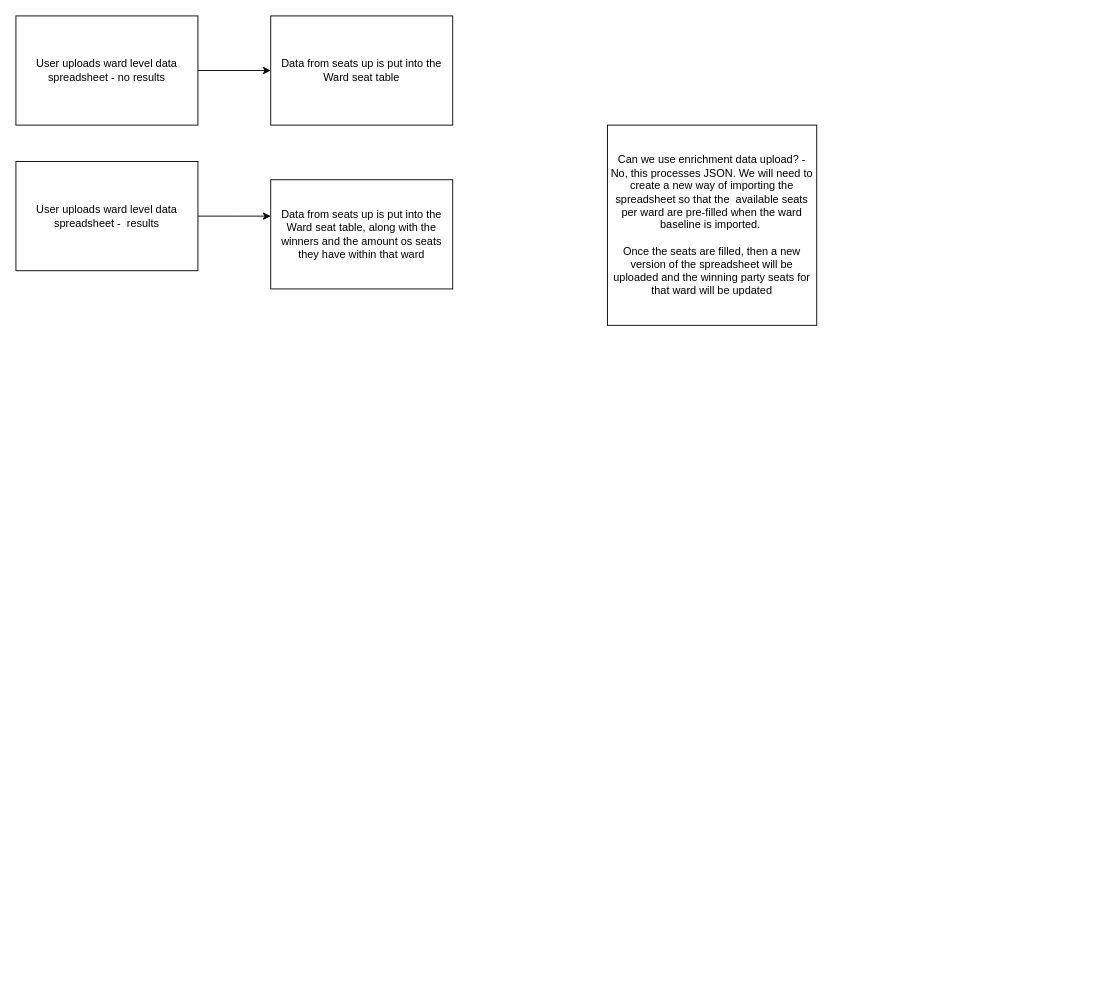
Earlier version of the draw.io diagram elp-2197 SPIKE.drawio (EmmaHawkins/test_flows). Source tidied: cells renumbered, new cells numbered last; positions are measured from the earlier drawing's top-left corner, leaving out a move shared by most shapes. Both pictures are drawn from the tidied source at 91%, with x=0, y=0 at pixel (15, 15).
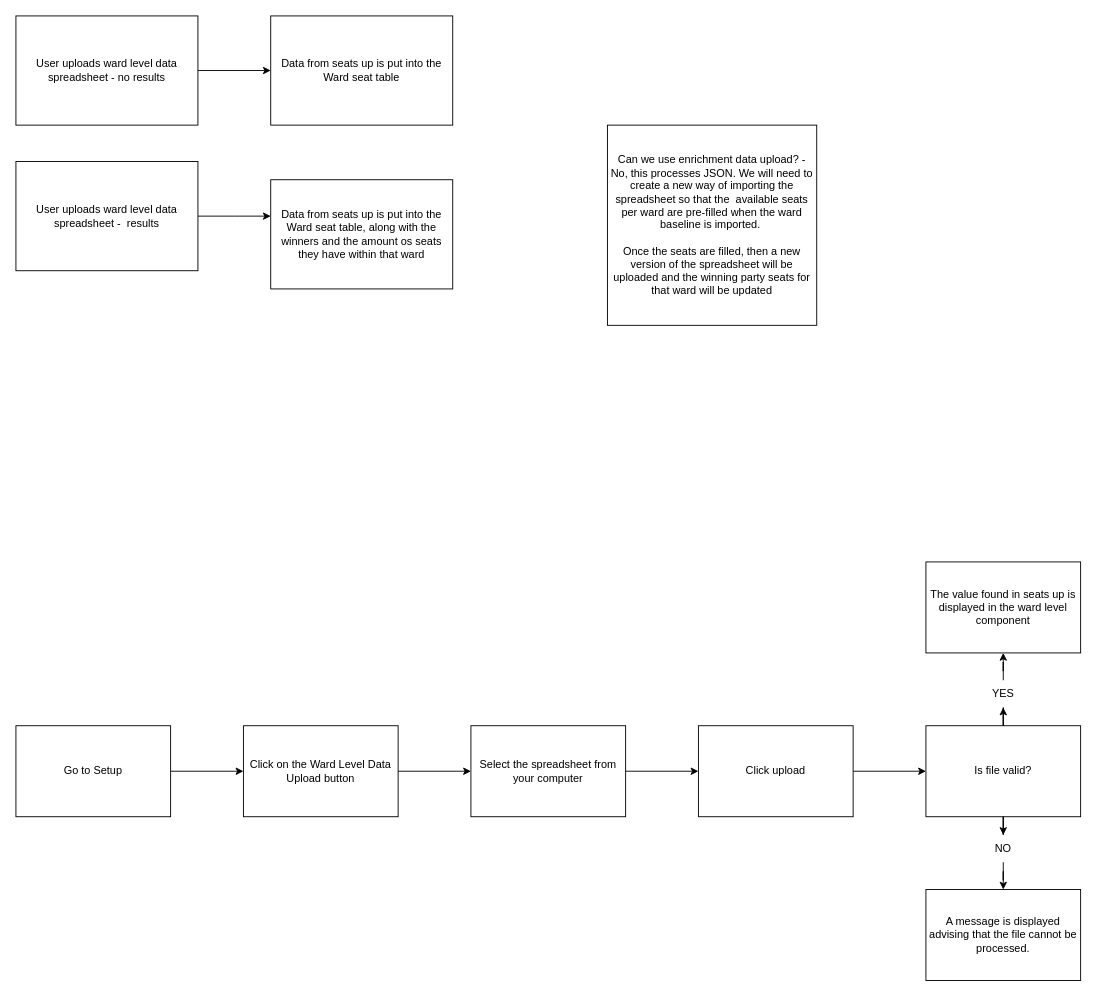
After the change.

Change to the diagram source:
```diff
@@
+    <mxCell id="9" style="edgeStyle=orthogonalEdgeStyle;rounded=0;jettySize=auto;html=1;" parent="1" edge="1" source="10" target="12">
+      <mxGeometry relative="1" as="geometry" />
+    </mxCell>
+    <mxCell id="10" value="Go to Setup" style="rounded=0;whiteSpace=wrap;html=1;" parent="1" vertex="1">
+      <mxGeometry y="780" width="170" height="100" as="geometry" />
+    </mxCell>
+    <mxCell id="11" style="edgeStyle=orthogonalEdgeStyle;rounded=0;jettySize=auto;html=1;" parent="1" edge="1" source="12" target="14">
+      <mxGeometry relative="1" as="geometry" />
+    </mxCell>
+    <mxCell id="12" value="Click on the Ward Level Data Upload button" style="rounded=0;whiteSpace=wrap;html=1;" parent="1" vertex="1">
+      <mxGeometry x="250" y="780" width="170" height="100" as="geometry" />
+    </mxCell>
+    <mxCell id="13" style="edgeStyle=orthogonalEdgeStyle;rounded=0;jettySize=auto;html=1;" parent="1" edge="1" source="14" target="16">
+      <mxGeometry relative="1" as="geometry" />
+    </mxCell>
+    <mxCell id="14" value="Select the spreadsheet from your computer" style="rounded=0;whiteSpace=wrap;html=1;" parent="1" vertex="1">
+      <mxGeometry x="500" y="780" width="170" height="100" as="geometry" />
+    </mxCell>
+    <mxCell id="15" style="edgeStyle=orthogonalEdgeStyle;rounded=0;jettySize=auto;html=1;" parent="1" edge="1" source="16" target="19">
+      <mxGeometry relative="1" as="geometry" />
+    </mxCell>
+    <mxCell id="16" value="Click upload" style="rounded=0;whiteSpace=wrap;html=1;" parent="1" vertex="1">
+      <mxGeometry x="750" y="780" width="170" height="100" as="geometry" />
+    </mxCell>
+    <mxCell id="17" style="edgeStyle=orthogonalEdgeStyle;rounded=0;jettySize=auto;html=1;" parent="1" edge="1" source="25" target="20">
+      <mxGeometry relative="1" as="geometry" />
+    </mxCell>
+    <mxCell id="18" style="edgeStyle=orthogonalEdgeStyle;rounded=0;jettySize=auto;html=1;" parent="1" edge="1" source="23" target="21">
+      <mxGeometry relative="1" as="geometry" />
+    </mxCell>
+    <mxCell id="19" value="Is file valid?" style="rounded=0;whiteSpace=wrap;html=1;" parent="1" vertex="1">
+      <mxGeometry x="1000" y="780" width="170" height="100" as="geometry" />
+    </mxCell>
+    <mxCell id="20" value="The value found in seats up is displayed in the ward level component" style="rounded=0;whiteSpace=wrap;html=1;" parent="1" vertex="1">
+      <mxGeometry x="1000" y="600" width="170" height="100" as="geometry" />
+    </mxCell>
+    <mxCell id="21" value="A message is displayed advising that the file cannot be processed." style="rounded=0;whiteSpace=wrap;html=1;" parent="1" vertex="1">
+      <mxGeometry x="1000" y="960" width="170" height="100" as="geometry" />
+    </mxCell>
+    <mxCell id="22" style="edgeStyle=orthogonalEdgeStyle;rounded=0;jettySize=auto;html=1;" parent="1" edge="1" source="19" target="23">
+      <mxGeometry relative="1" as="geometry" />
+    </mxCell>
+    <mxCell id="23" value="NO" style="text;html=1;align=center;verticalAlign=middle;whiteSpace=wrap;rounded=0;" parent="1" vertex="1">
+      <mxGeometry x="1055" y="900" width="60" height="30" as="geometry" />
+    </mxCell>
+    <mxCell id="24" style="edgeStyle=orthogonalEdgeStyle;rounded=0;jettySize=auto;html=1;" parent="1" edge="1" source="19" target="25">
+      <mxGeometry relative="1" as="geometry" />
+    </mxCell>
+    <mxCell id="25" value="YES" style="text;html=1;align=center;verticalAlign=middle;whiteSpace=wrap;rounded=0;" parent="1" vertex="1">
+      <mxGeometry x="1055" y="730" width="60" height="30" as="geometry" />
+    </mxCell>
```
